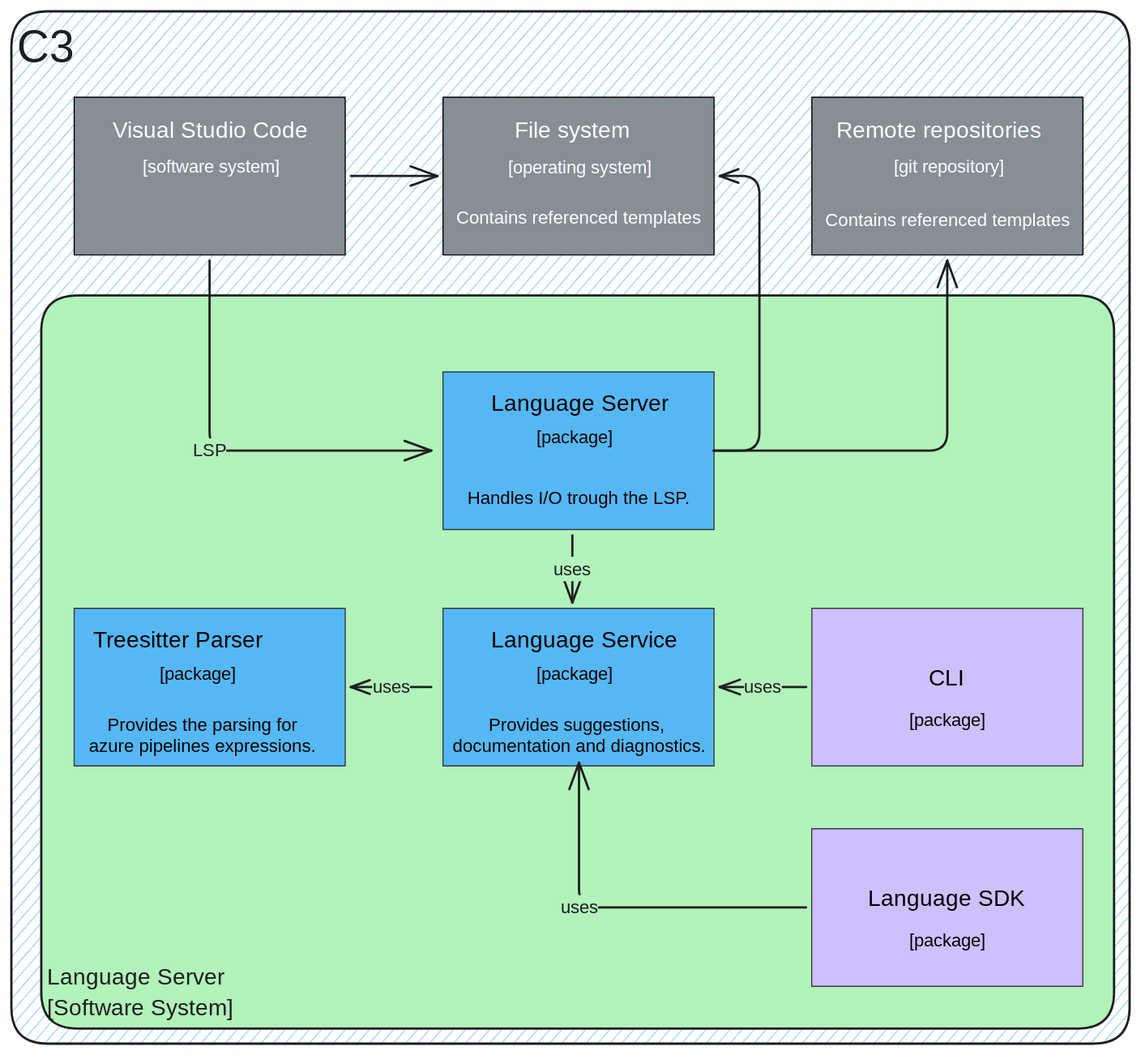
The Excalidraw diagram content/Designs/c3.svg in SerggioPizzella/grad-portfolio, before a commit. Source tidied: one line per element, renumbered; positions are measured from the earlier drawing's top-left corner, leaving out a move shared by most shapes.
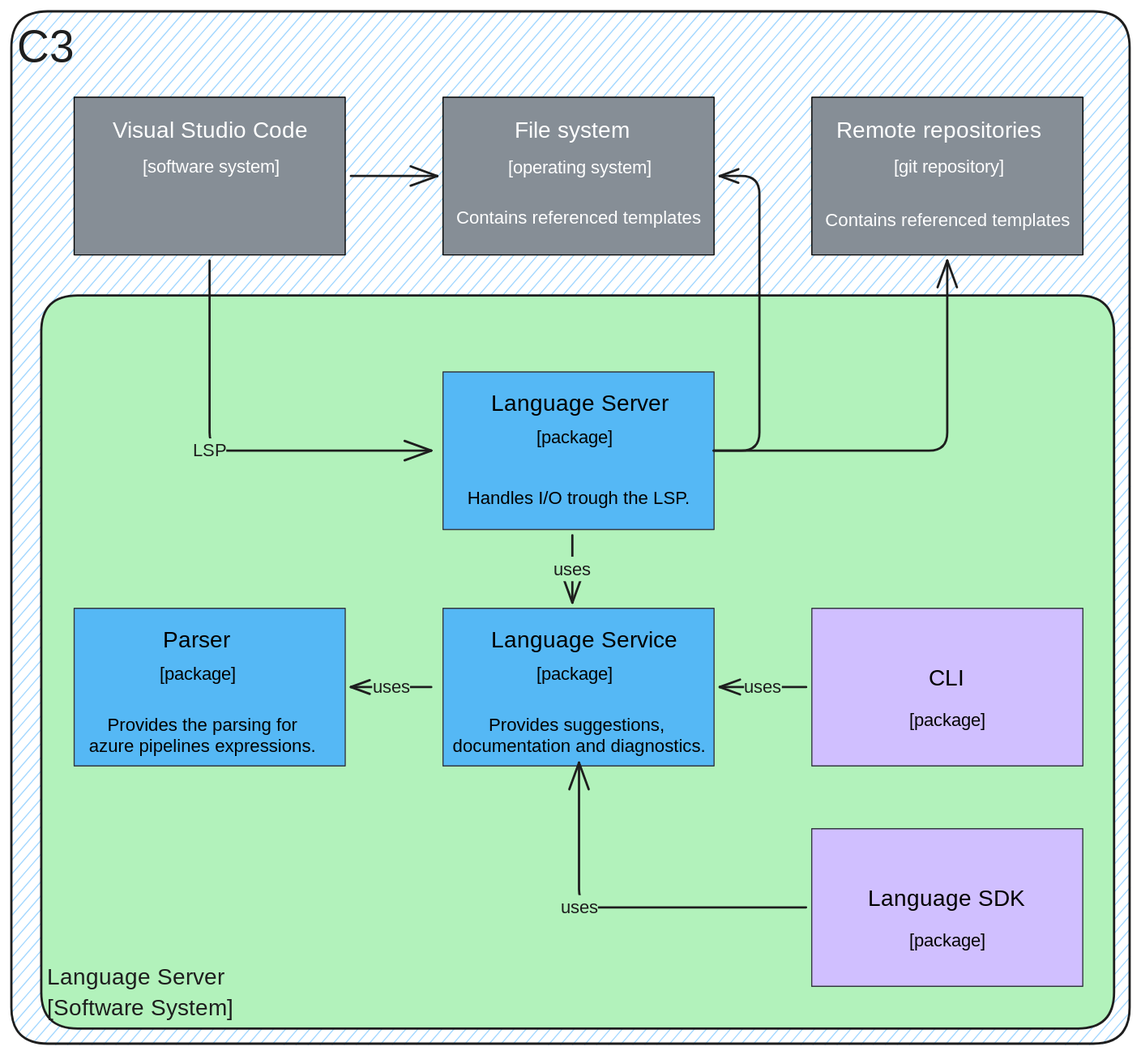
The same file after the commit.

Commit message:
Quartz sync: Jan 10, 2025, 10:31 AM

The edit, as a diff of the source:
```diff
@@ -27,7 +27,7 @@
 {"id": 26, "type": "arrow", "strokeColor": "#1e1e1e", "backgroundColor": "#b2f2bb", "fillStyle": "solid", "strokeWidth": 2, "roughness": 0, "endArrowhead": "arrow", "from": 18, "to": 22, "x": 495, "y": 462, "width": 0, "height": 59, "points": [[0, 0], [0, 59]]}
 {"id": 27, "type": "text", "text": "uses", "strokeColor": "#1e1e1e", "backgroundColor": "#b2f2bb", "fillStyle": "solid", "strokeWidth": 2, "roughness": 0, "fontSize": 16, "fontFamily": 6, "textAlign": "center", "verticalAlign": "middle", "inside": 26, "x": 456, "y": 481, "width": 33, "height": 22}
 {"id": 28, "type": "rectangle", "strokeColor": "#343a40", "backgroundColor": "#55b8f5", "fillStyle": "solid", "strokeWidth": 1, "roughness": 0, "x": 55, "y": 526, "width": 239, "height": 139}
-{"id": 29, "type": "text", "text": "Treesitter Parser", "strokeColor": "#000000", "backgroundColor": "#55b8f5", "fillStyle": "solid", "strokeWidth": 1, "roughness": 0, "fontSize": 20, "fontFamily": 1, "x": 72, "y": 543, "width": 183, "height": 25}
+{"id": 29, "type": "text", "text": "Parser", "strokeColor": "#000000", "backgroundColor": "#55b8f5", "fillStyle": "solid", "strokeWidth": 1, "roughness": 0, "fontSize": 20, "fontFamily": 1, "textAlign": "center", "x": 130, "y": 543, "width": 67, "height": 25}
 {"id": 30, "type": "text", "text": "[package]", "strokeColor": "#000000", "backgroundColor": "#55b8f5", "fillStyle": "solid", "strokeWidth": 1, "roughness": 0, "fontSize": 16, "fontFamily": 3, "textAlign": "center", "x": 122, "y": 574, "width": 84, "height": 20}
 {"id": 31, "type": "text", "text": "Provides the parsing for\nazure pipelines expressions.", "strokeColor": "#000000", "backgroundColor": "#55b8f5", "fillStyle": "solid", "strokeWidth": 1, "roughness": 0, "fontSize": 15.87, "fontFamily": 2, "textAlign": "center", "x": 68, "y": 622, "width": 200, "height": 36}
 {"id": 32, "type": "arrow", "strokeColor": "#1e1e1e", "backgroundColor": "#b2f2bb", "fillStyle": "solid", "strokeWidth": 2, "roughness": 0, "endArrowhead": "arrow", "from": 22, "to": 28, "x": 370, "y": 596, "width": 71, "height": 0, "points": [[0, 0], [-35, 0], [-35, 0], [-71, 0]]}
```
